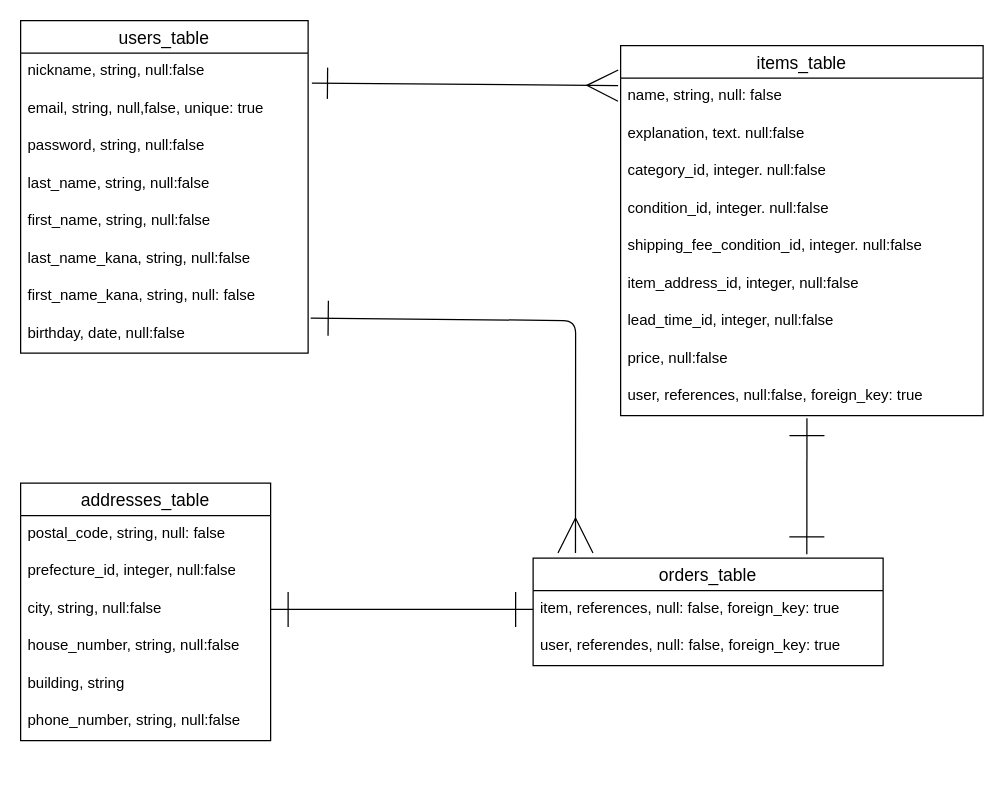
Before: database_config.dio in Shinichi-Sonoda/furima-37901, a draw.io diagram. Source tidied: cells renumbered, new cells numbered last; positions are measured from the earlier drawing's top-left corner, leaving out a move shared by most shapes. Both pictures are drawn from the tidied source at 125%, with x=0, y=0 at pixel (20, 20).
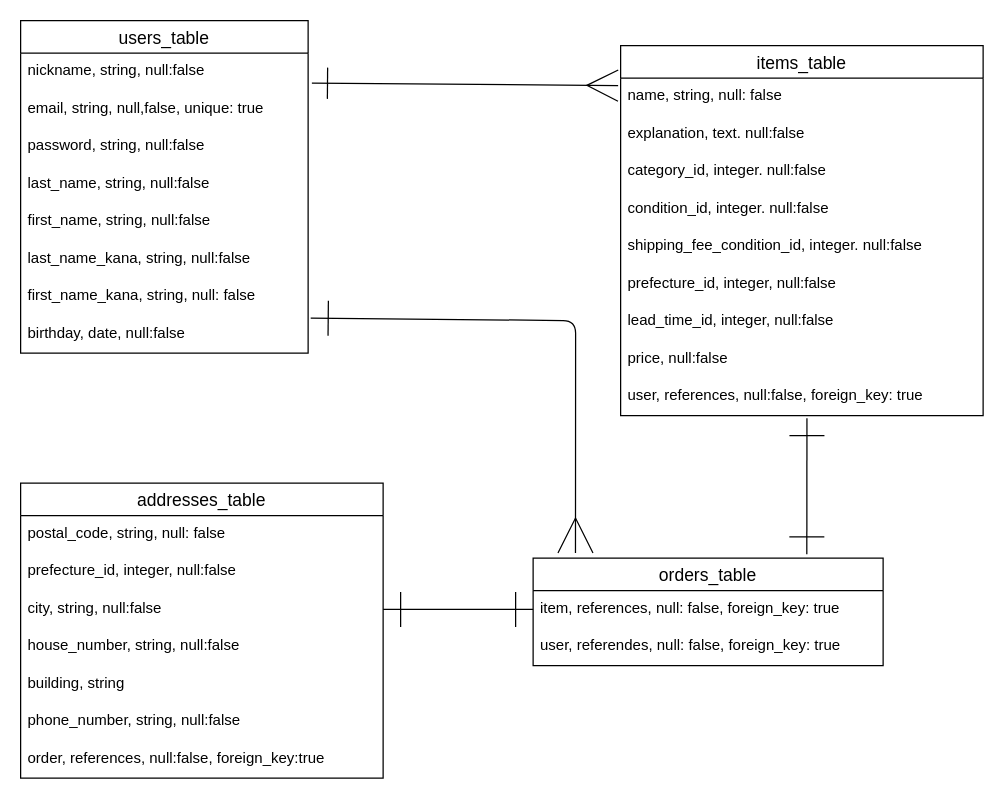
After the change.

Commit message (it also covers changes not shown here):
データベース設計再々修正

The change refers to these unchanged cells:
```xml
<mxCell id="11" value="items_table" style="swimlane;fontStyle=0;horizontal=1;startSize=26;align=center;fontSize=14;labelBackgroundColor=default;" parent="1" vertex="1">
  <mxGeometry x="480" y="20" width="290" height="296" as="geometry" />
</mxCell>
```

Change to the diagram source:
```diff
@@
-    <mxCell id="17" value="item_address_id, integer, null:false" style="text;strokeColor=none;fillColor=none;spacingLeft=4;spacingRight=4;overflow=hidden;fontSize=12;labelBackgroundColor=default;" parent="11" vertex="1">
+    <mxCell id="17" value="prefecture_id, integer, null:false" style="text;strokeColor=none;fillColor=none;spacingLeft=4;spacingRight=4;overflow=hidden;fontSize=12;labelBackgroundColor=default;" parent="11" vertex="1">
       <mxGeometry y="176" width="290" height="30" as="geometry" />
     </mxCell>
@@
     <mxCell id="21" value="addresses_table" style="swimlane;fontStyle=0;horizontal=1;startSize=26;align=center;fontSize=14;" parent="1" vertex="1">
-      <mxGeometry y="370" width="200" height="206" as="geometry" />
+      <mxGeometry y="370" width="290" height="236" as="geometry" />
     </mxCell>
     <mxCell id="22" value="postal_code, string, null: false" style="text;strokeColor=none;fillColor=none;spacingLeft=4;spacingRight=4;overflow=hidden;fontSize=12;" parent="21" vertex="1">
-      <mxGeometry y="26" width="200" height="30" as="geometry" />
+      <mxGeometry y="26" width="290" height="30" as="geometry" />
     </mxCell>
     <mxCell id="23" value="prefecture_id, integer, null:false" style="text;strokeColor=none;fillColor=none;spacingLeft=4;spacingRight=4;overflow=hidden;fontSize=12;" parent="21" vertex="1">
-      <mxGeometry y="56" width="200" height="30" as="geometry" />
+      <mxGeometry y="56" width="290" height="30" as="geometry" />
     </mxCell>
     <mxCell id="24" value="city, string, null:false" style="text;strokeColor=none;fillColor=none;spacingLeft=4;spacingRight=4;overflow=hidden;points=[[0,0.5],[1,0.5]];portConstraint=eastwest;fontSize=12;" parent="21" vertex="1">
-      <mxGeometry y="86" width="200" height="30" as="geometry" />
+      <mxGeometry y="86" width="290" height="30" as="geometry" />
     </mxCell>
     <mxCell id="25" value="house_number, string, null:false" style="text;strokeColor=none;fillColor=none;spacingLeft=4;spacingRight=4;overflow=hidden;fontSize=12;" parent="21" vertex="1">
-      <mxGeometry y="116" width="200" height="30" as="geometry" />
+      <mxGeometry y="116" width="290" height="30" as="geometry" />
     </mxCell>
     <mxCell id="26" value="building, string" style="text;strokeColor=none;fillColor=none;spacingLeft=4;spacingRight=4;overflow=hidden;fontSize=12;" parent="21" vertex="1">
-      <mxGeometry y="146" width="200" height="30" as="geometry" />
+      <mxGeometry y="146" width="290" height="30" as="geometry" />
     </mxCell>
     <mxCell id="27" value="phone_number, string, null:false" style="text;strokeColor=none;fillColor=none;spacingLeft=4;spacingRight=4;overflow=hidden;fontSize=12;" parent="21" vertex="1">
-      <mxGeometry y="176" width="200" height="30" as="geometry" />
+      <mxGeometry y="176" width="290" height="30" as="geometry" />
     </mxCell>
+    <mxCell id="35" value="order, references, null:false, foreign_key:true" style="text;strokeColor=none;fillColor=none;spacingLeft=4;spacingRight=4;overflow=hidden;fontSize=12;" parent="21" vertex="1">
+      <mxGeometry y="206" width="290" height="30" as="geometry" />
+    </mxCell>
```
